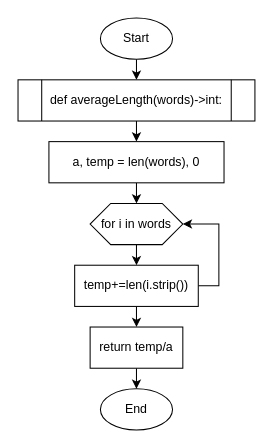
Before: page "q17" (1 of 6) of Quizzes/quizzes.drawio in zelanISAK/unit-2, a draw.io diagram. Source tidied: cells renumbered, new cells numbered last; positions are measured from the earlier drawing's top-left corner, leaving out a move shared by most shapes. Both pictures are drawn from the tidied source at 103%, with x=0, y=0 at pixel (18, 18).
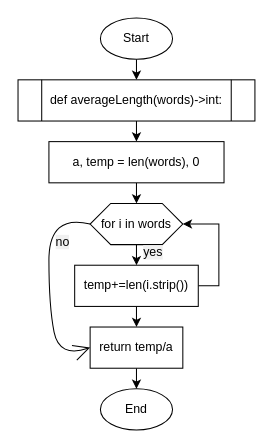
The same diagram, later.

Unchanged cells that the change refers to:
```xml
<mxCell id="10" value="for i in words" style="shape=hexagon;perimeter=hexagonPerimeter2;whiteSpace=wrap;html=1;fixedSize=1;" parent="1" vertex="1">
  <mxGeometry x="70" y="180" width="90" height="40" as="geometry" />
</mxCell>
<mxCell id="15" value="return temp/a" style="rounded=0;whiteSpace=wrap;html=1;" parent="1" vertex="1">
  <mxGeometry x="70" y="300" width="90" height="40" as="geometry" />
</mxCell>
```

Diff of the diagram source:
```diff
@@
+    <mxCell id="16" style="edgeStyle=none;curved=1;rounded=0;jettySize=auto;html=1;exitX=0;exitY=0.5;exitDx=0;exitDy=0;fontSize=12;endArrow=open;startSize=14;endSize=14;sourcePerimeterSpacing=8;targetPerimeterSpacing=8;entryX=0;entryY=0.5;entryDx=0;entryDy=0;" parent="1" edge="1" source="10" target="15">
+      <mxGeometry relative="1" as="geometry">
+        <Array as="points">
+          <mxPoint x="30" y="190" />
+          <mxPoint x="30" y="280" />
+          <mxPoint x="40" y="330" />
+        </Array>
+      </mxGeometry>
+    </mxCell>
@@
+    <mxCell id="17" value="&lt;span style=&quot;color: rgb(0, 0, 0); font-family: Helvetica; font-size: 12px; font-style: normal; font-variant-ligatures: normal; font-variant-caps: normal; font-weight: 400; letter-spacing: normal; orphans: 2; text-align: center; text-indent: 0px; text-transform: none; widows: 2; word-spacing: 0px; -webkit-text-stroke-width: 0px; background-color: rgb(240, 240, 240); text-decoration-thickness: initial; text-decoration-style: initial; text-decoration-color: initial; float: none; display: inline !important;&quot;&gt;yes&lt;/span&gt;" style="text;whiteSpace=wrap;html=1;fontSize=16;" parent="1" vertex="1">
+      <mxGeometry x="120" y="210" width="30" height="30" as="geometry" />
+    </mxCell>
+    <mxCell id="18" value="&lt;span style=&quot;color: rgb(0, 0, 0); font-family: Helvetica; font-size: 12px; font-style: normal; font-variant-ligatures: normal; font-variant-caps: normal; font-weight: 400; letter-spacing: normal; orphans: 2; text-align: center; text-indent: 0px; text-transform: none; widows: 2; word-spacing: 0px; -webkit-text-stroke-width: 0px; background-color: rgb(240, 240, 240); text-decoration-thickness: initial; text-decoration-style: initial; text-decoration-color: initial; float: none; display: inline !important;&quot;&gt;no&lt;/span&gt;" style="text;whiteSpace=wrap;html=1;fontSize=16;" parent="1" vertex="1">
+      <mxGeometry x="35" y="200" width="20" height="20" as="geometry" />
+    </mxCell>
```
